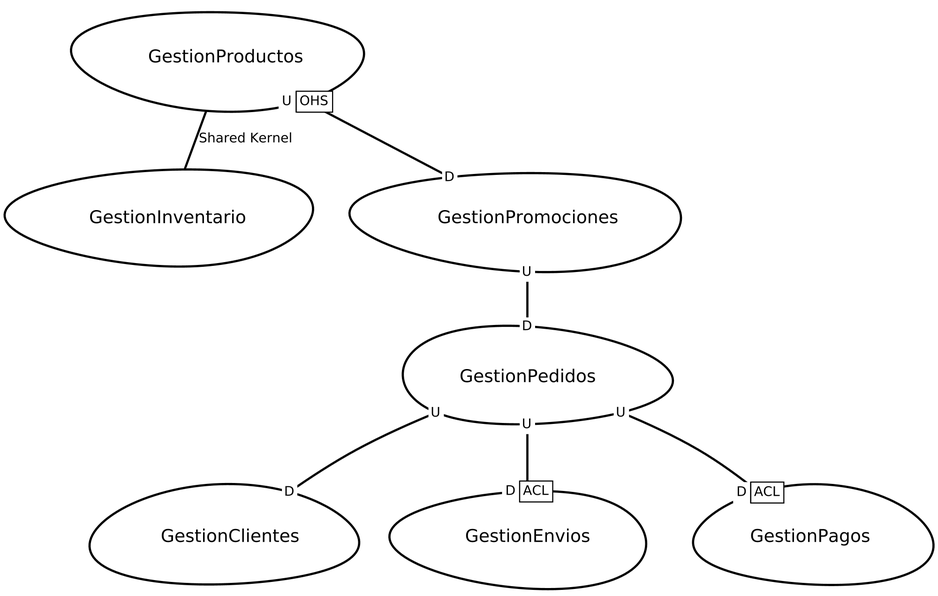
Henry-AbantoV/systemEcommerce2023 keeps this Graphviz diagram as src-gen/sytemEcommerce2023_ContextMap.png. Above is the earlier version. Its source is kept beside it as src-gen/sytemEcommerce2023_ContextMap.gv.
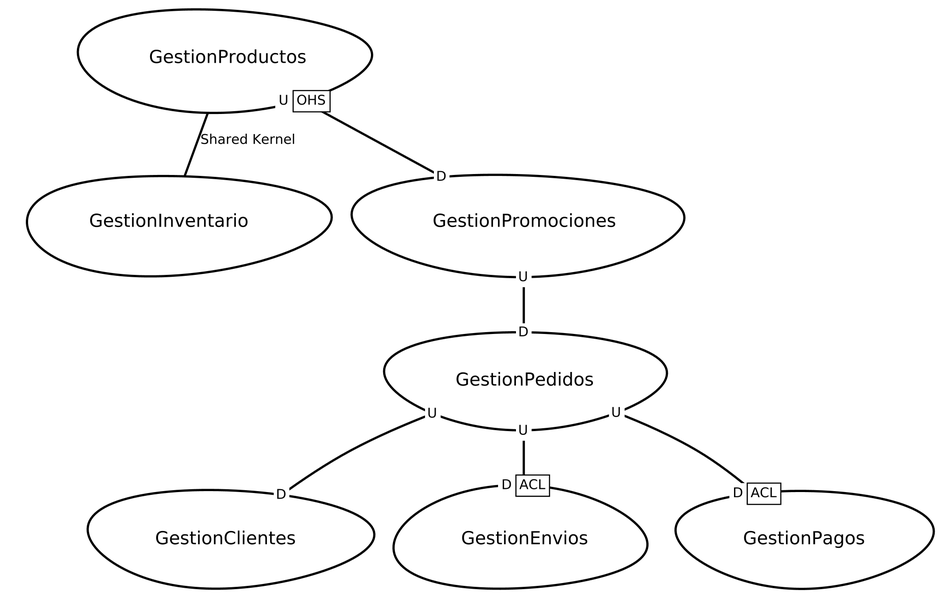
The same diagram one commit later.

The edit, as a diff of the source:
```diff
@@ -1,24 +1,24 @@
 digraph "ContextMapGraph" {
 graph ["imagepath"="/tmp/GraphvizJava"]
-"GestionClientes" ["margin"="0.3","orientation"="266","shape"="egg","fontsize"="16","style"="bold","label"="GestionClientes\n","fontname"="sans-serif"]
-"GestionEnvios" ["margin"="0.3","orientation"="240","shape"="egg","fontsize"="16","style"="bold","label"="GestionEnvios\n","fontname"="sans-serif"]
-"GestionInventario" ["margin"="0.3","orientation"="212","shape"="egg","fontsize"="16","style"="bold","label"="GestionInventario\n","fontname"="sans-serif"]
-"GestionPagos" ["margin"="0.3","orientation"="204","shape"="egg","fontsize"="16","style"="bold","label"="GestionPagos\n","fontname"="sans-serif"]
-"GestionPedidos" ["margin"="0.3","orientation"="21","shape"="egg","fontsize"="16","style"="bold","label"="GestionPedidos\n","fontname"="sans-serif"]
-"GestionProductos" ["margin"="0.3","orientation"="318","shape"="egg","fontsize"="16","style"="bold","label"="GestionProductos\n","fontname"="sans-serif"]
-"GestionPromociones" ["margin"="0.3","orientation"="193","shape"="egg","fontsize"="16","style"="bold","label"="GestionPromociones\n","fontname"="sans-serif"]
+"GestionClientes" ["margin"="0.3","orientation"="318","shape"="egg","fontsize"="16","style"="bold","label"="GestionClientes\n","fontname"="sans-serif"]
+"GestionEnvios" ["margin"="0.3","orientation"="92","shape"="egg","fontsize"="16","style"="bold","label"="GestionEnvios\n","fontname"="sans-serif"]
+"GestionInventario" ["margin"="0.3","orientation"="83","shape"="egg","fontsize"="16","style"="bold","label"="GestionInventario\n","fontname"="sans-serif"]
+"GestionPagos" ["margin"="0.3","orientation"="27","shape"="egg","fontsize"="16","style"="bold","label"="GestionPagos\n","fontname"="sans-serif"]
+"GestionPedidos" ["margin"="0.3","orientation"="184","shape"="egg","fontsize"="16","style"="bold","label"="GestionPedidos\n","fontname"="sans-serif"]
+"GestionProductos" ["margin"="0.3","orientation"="116","shape"="egg","fontsize"="16","style"="bold","label"="GestionProductos\n","fontname"="sans-serif"]
+"GestionPromociones" ["margin"="0.3","orientation"="343","shape"="egg","fontsize"="16","style"="bold","label"="GestionPromociones\n","fontname"="sans-serif"]
 "GestionPedidos" -> "GestionEnvios" ["headlabel"=<<table cellspacing="0" cellborder="1" border="0">
+<tr><td bgcolor="white" sides="r">D</td><td sides="trbl" bgcolor="white"><font>ACL</font></td></tr>
+</table>>,"labeldistance"="0","fontsize"="12","taillabel"=<<table cellspacing="0" cellborder="0" border="0">
+<tr><td bgcolor="white">U</td></tr>
+</table>>,"style"="bold","label"="                                        ","dir"="none","fontname"="sans-serif"]
+"GestionPedidos" -> "GestionPagos" ["headlabel"=<<table cellspacing="0" cellborder="1" border="0">
 <tr><td bgcolor="white" sides="r">D</td><td sides="trbl" bgcolor="white"><font>ACL</font></td></tr>
 </table>>,"labeldistance"="0","fontsize"="12","taillabel"=<<table cellspacing="0" cellborder="0" border="0">
 <tr><td bgcolor="white">U</td></tr>
 </table>>,"style"="bold","label"="                                        ","dir"="none","fontname"="sans-serif"]
 "GestionPedidos" -> "GestionClientes" ["headlabel"=<<table cellspacing="0" cellborder="0" border="0">
 <tr><td bgcolor="white">D</td></tr>
-</table>>,"labeldistance"="0","fontsize"="12","taillabel"=<<table cellspacing="0" cellborder="0" border="0">
-<tr><td bgcolor="white">U</td></tr>
-</table>>,"style"="bold","label"="                                        ","dir"="none","fontname"="sans-serif"]
-"GestionPedidos" -> "GestionPagos" ["headlabel"=<<table cellspacing="0" cellborder="1" border="0">
-<tr><td bgcolor="white" sides="r">D</td><td sides="trbl" bgcolor="white"><font>ACL</font></td></tr>
 </table>>,"labeldistance"="0","fontsize"="12","taillabel"=<<table cellspacing="0" cellborder="0" border="0">
 <tr><td bgcolor="white">U</td></tr>
 </table>>,"style"="bold","label"="                                        ","dir"="none","fontname"="sans-serif"]
```
